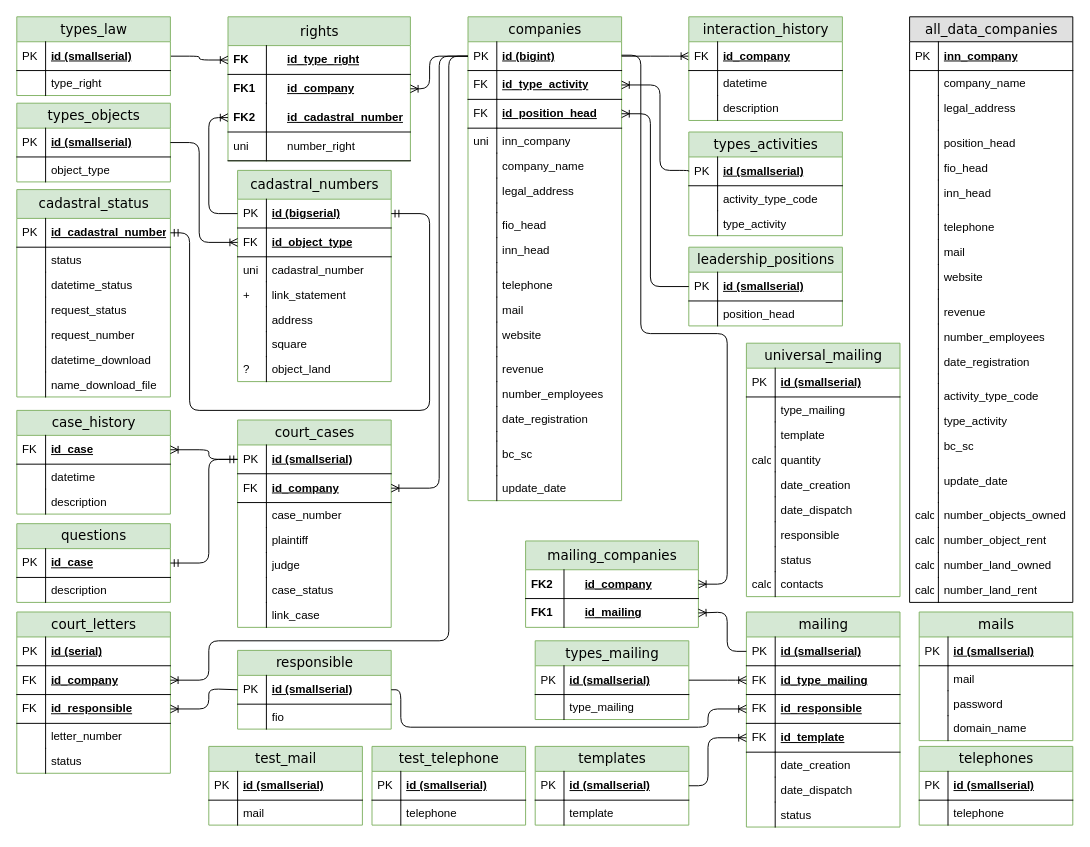
The draw.io diagram Диаграмма без названия.drawio in meadowse/factorial, before the edit. Source tidied: cells renumbered, new cells numbered last; positions are measured from the earlier drawing's top-left corner, leaving out a move shared by most shapes. Both pictures are drawn from the tidied source at 96%, with x=0, y=0 at pixel (16, 16).
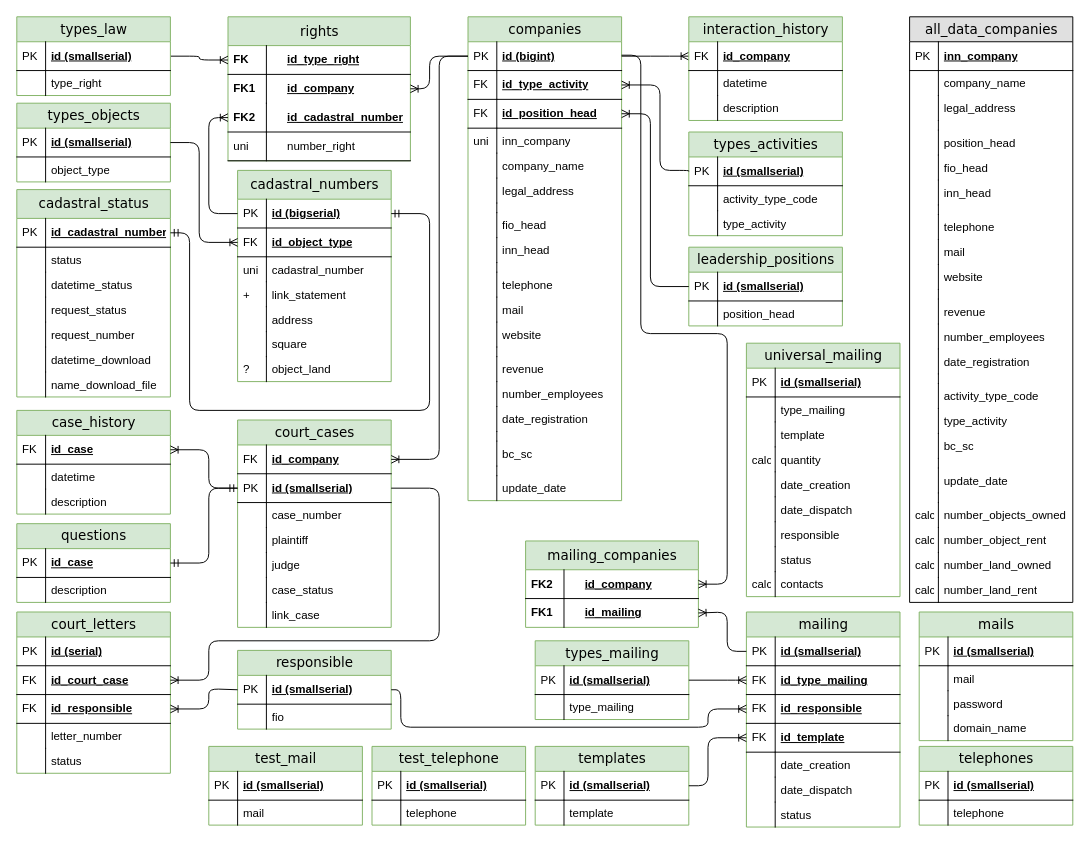
The same diagram, later.

The change refers to these unchanged cells:
```xml
<mxCell id="12" value="id (bigint)" style="shape=partialRectangle;top=0;left=0;right=0;bottom=1;html=1;align=left;verticalAlign=middle;fillColor=none;spacingLeft=34;spacingRight=4;whiteSpace=wrap;overflow=hidden;points=[[0,0.5],[1,0.5]];portConstraint=eastwest;fontStyle=5;" parent="11" vertex="1">
  <mxGeometry y="26" width="160" height="30" as="geometry" />
</mxCell>
<mxCell id="174" value="court_cases" style="swimlane;html=1;fontStyle=0;horizontal=1;startSize=26;fillColor=#d5e8d4;swimlaneFillColor=#ffffff;align=center;rounded=0;shadow=0;comic=0;labelBackgroundColor=none;strokeWidth=1;fontFamily=Verdana;fontSize=14;strokeColor=#82b366;" parent="1" vertex="1">
  <mxGeometry x="230" y="420" width="160" height="216" as="geometry" />
</mxCell>
<mxCell id="190" value="court_letters" style="swimlane;html=1;fontStyle=0;horizontal=1;startSize=26;fillColor=#d5e8d4;swimlaneFillColor=#ffffff;align=center;rounded=0;shadow=0;comic=0;labelBackgroundColor=none;strokeWidth=1;fontFamily=Verdana;fontSize=14;strokeColor=#82b366;" parent="1" vertex="1">
  <mxGeometry y="620" width="160" height="168" as="geometry" />
</mxCell>
<mxCell id="209" value="id_case" style="shape=partialRectangle;top=0;left=0;right=0;bottom=1;html=1;align=left;verticalAlign=middle;fillColor=none;spacingLeft=34;spacingRight=4;whiteSpace=wrap;overflow=hidden;points=[[0,0.5],[1,0.5]];portConstraint=eastwest;fontStyle=5;" parent="208" vertex="1">
  <mxGeometry y="26" width="160" height="30" as="geometry" />
</mxCell>
<mxCell id="217" value="id_case" style="shape=partialRectangle;top=0;left=0;right=0;bottom=1;html=1;align=left;verticalAlign=middle;fillColor=none;spacingLeft=34;spacingRight=4;whiteSpace=wrap;overflow=hidden;points=[[0,0.5],[1,0.5]];portConstraint=eastwest;fontStyle=5;" parent="216" vertex="1">
  <mxGeometry y="26" width="160" height="30" as="geometry" />
</mxCell>
```

What changed in the source:
```diff
@@
+    <mxCell id="177" value="id_company" style="shape=partialRectangle;top=0;left=0;right=0;bottom=1;html=1;align=left;verticalAlign=middle;fillColor=none;spacingLeft=34;spacingRight=4;whiteSpace=wrap;overflow=hidden;points=[[0,0.5],[1,0.5]];portConstraint=eastwest;fontStyle=5;" parent="174" vertex="1">
+      <mxGeometry y="26" width="160" height="30" as="geometry" />
+    </mxCell>
+    <mxCell id="178" value="FK" style="shape=partialRectangle;top=0;left=0;bottom=0;html=1;fillColor=none;align=left;verticalAlign=middle;spacingLeft=4;spacingRight=4;whiteSpace=wrap;overflow=hidden;" parent="177" vertex="1">
+      <mxGeometry width="30" height="30" as="geometry" />
+    </mxCell>
     <mxCell id="175" value="id (smallserial)" style="shape=partialRectangle;top=0;left=0;right=0;bottom=1;html=1;align=left;verticalAlign=middle;fillColor=none;spacingLeft=34;spacingRight=4;whiteSpace=wrap;overflow=hidden;points=[[0,0.5],[1,0.5]];portConstraint=eastwest;fontStyle=5;" parent="174" vertex="1">
-      <mxGeometry y="26" width="160" height="30" as="geometry" />
+      <mxGeometry y="56" width="160" height="30" as="geometry" />
     </mxCell>
@@
-    <mxCell id="177" value="id_company" style="shape=partialRectangle;top=0;left=0;right=0;bottom=1;html=1;align=left;verticalAlign=middle;fillColor=none;spacingLeft=34;spacingRight=4;whiteSpace=wrap;overflow=hidden;points=[[0,0.5],[1,0.5]];portConstraint=eastwest;fontStyle=5;" parent="174" vertex="1">
-      <mxGeometry y="56" width="160" height="30" as="geometry" />
-    </mxCell>
-    <mxCell id="178" value="FK" style="shape=partialRectangle;top=0;left=0;bottom=0;html=1;fillColor=none;align=left;verticalAlign=middle;spacingLeft=4;spacingRight=4;whiteSpace=wrap;overflow=hidden;" parent="177" vertex="1">
-      <mxGeometry width="30" height="30" as="geometry" />
-    </mxCell>
@@
     <mxCell id="189" style="edgeStyle=orthogonalEdgeStyle;html=1;endArrow=none;startArrow=ERoneToMany;labelBackgroundColor=none;fontFamily=Verdana;fontSize=14;entryX=0;entryY=0.5;entryDx=0;entryDy=0;endFill=0;startFill=0;exitX=1;exitY=0.5;exitDx=0;exitDy=0;" parent="1" edge="1" source="177" target="12">
       <mxGeometry relative="1" as="geometry">
         <Array as="points">
-          <mxPoint x="440" y="491" />
+          <mxPoint x="440" y="461" />
           <mxPoint x="440" y="41" />
         </Array>
       </mxGeometry>
     </mxCell>
@@
-    <mxCell id="193" value="id_company" style="shape=partialRectangle;top=0;left=0;right=0;bottom=1;html=1;align=left;verticalAlign=middle;fillColor=none;spacingLeft=34;spacingRight=4;whiteSpace=wrap;overflow=hidden;points=[[0,0.5],[1,0.5]];portConstraint=eastwest;fontStyle=5;" parent="190" vertex="1">
+    <mxCell id="193" value="id_court_case" style="shape=partialRectangle;top=0;left=0;right=0;bottom=1;html=1;align=left;verticalAlign=middle;fillColor=none;spacingLeft=34;spacingRight=4;whiteSpace=wrap;overflow=hidden;points=[[0,0.5],[1,0.5]];portConstraint=eastwest;fontStyle=5;" parent="190" vertex="1">
       <mxGeometry y="56" width="160" height="30" as="geometry" />
     </mxCell>
@@
-    <mxCell id="201" style="edgeStyle=orthogonalEdgeStyle;html=1;endArrow=none;startArrow=ERoneToMany;labelBackgroundColor=none;fontFamily=Verdana;fontSize=14;exitX=1;exitY=0.5;exitDx=0;exitDy=0;entryX=0;entryY=0.5;entryDx=0;entryDy=0;endFill=0;startFill=0;" parent="1" edge="1" source="193" target="12">
+    <mxCell id="201" style="edgeStyle=orthogonalEdgeStyle;html=1;endArrow=none;startArrow=ERoneToMany;labelBackgroundColor=none;fontFamily=Verdana;fontSize=14;exitX=1;exitY=0.5;exitDx=0;exitDy=0;endFill=0;startFill=0;entryX=1;entryY=0.5;entryDx=0;entryDy=0;" parent="1" edge="1" source="193" target="175">
       <mxGeometry relative="1" as="geometry">
         <Array as="points">
           <mxPoint x="200" y="691" />
           <mxPoint x="200" y="650" />
-          <mxPoint x="450" y="650" />
-          <mxPoint x="450" y="41" />
+          <mxPoint x="440" y="650" />
+          <mxPoint x="440" y="491" />
         </Array>
       </mxGeometry>
     </mxCell>
@@
     <mxCell id="215" style="edgeStyle=orthogonalEdgeStyle;html=1;endArrow=ERoneToMany;endFill=0;startArrow=none;labelBackgroundColor=none;fontFamily=Verdana;fontSize=14;exitX=0;exitY=0.5;entryX=1;entryY=0.5;entryDx=0;entryDy=0;exitDx=0;exitDy=0;startFill=0;" parent="1" edge="1" source="175" target="209">
       <mxGeometry relative="1" as="geometry">
         <Array as="points">
-          <mxPoint x="200" y="461" />
+          <mxPoint x="200" y="491" />
           <mxPoint x="200" y="451" />
         </Array>
       </mxGeometry>
     </mxCell>
@@
-    <mxCell id="221" style="edgeStyle=orthogonalEdgeStyle;html=1;endArrow=ERmandOne;endFill=0;startArrow=ERmandOne;labelBackgroundColor=none;fontFamily=Verdana;fontSize=14;entryX=1;entryY=0.5;entryDx=0;entryDy=0;startFill=0;" parent="1" edge="1" target="217">
+    <mxCell id="221" style="edgeStyle=orthogonalEdgeStyle;html=1;endArrow=ERmandOne;endFill=0;startArrow=ERmandOne;labelBackgroundColor=none;fontFamily=Verdana;fontSize=14;entryX=1;entryY=0.5;entryDx=0;entryDy=0;startFill=0;exitX=0;exitY=0.5;exitDx=0;exitDy=0;" parent="1" edge="1" source="175" target="217">
       <mxGeometry relative="1" as="geometry">
-        <mxPoint x="230" y="461" as="sourcePoint" />
         <Array as="points">
-          <mxPoint x="200" y="461" />
+          <mxPoint x="200" y="491" />
           <mxPoint x="200" y="569" />
         </Array>
       </mxGeometry>
     </mxCell>
```
